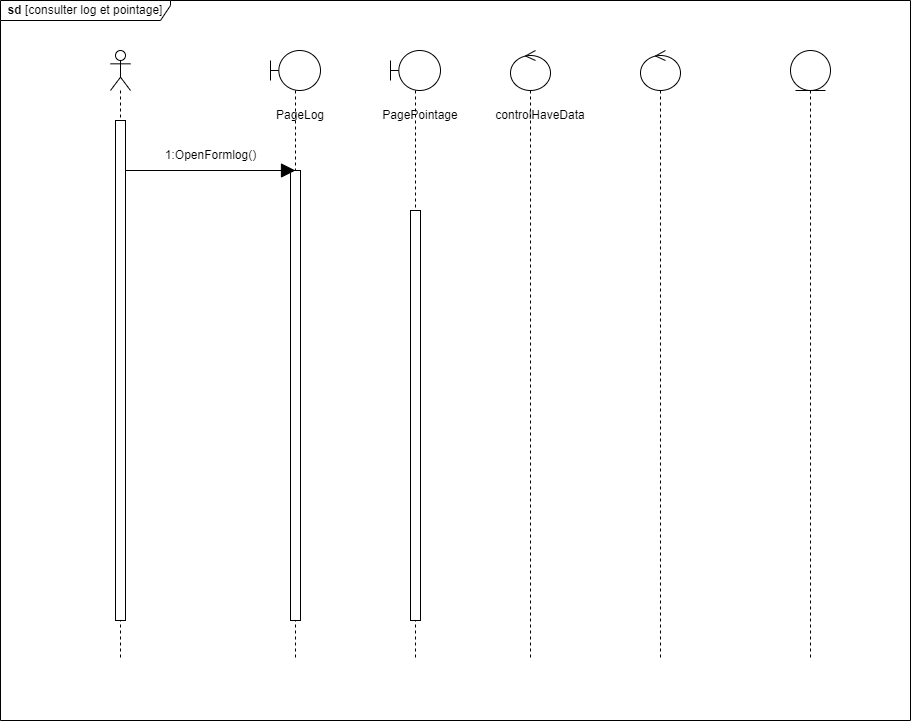
Before: static/Diagramme des séquences conceptuel  log et pointage .drawio.png, a diagram exported from draw.io (Siluearsene/borne_biometrique). Source tidied: cells renumbered, new cells last; positions are measured from the earlier drawing's top-left corner, leaving out a move shared by most shapes.
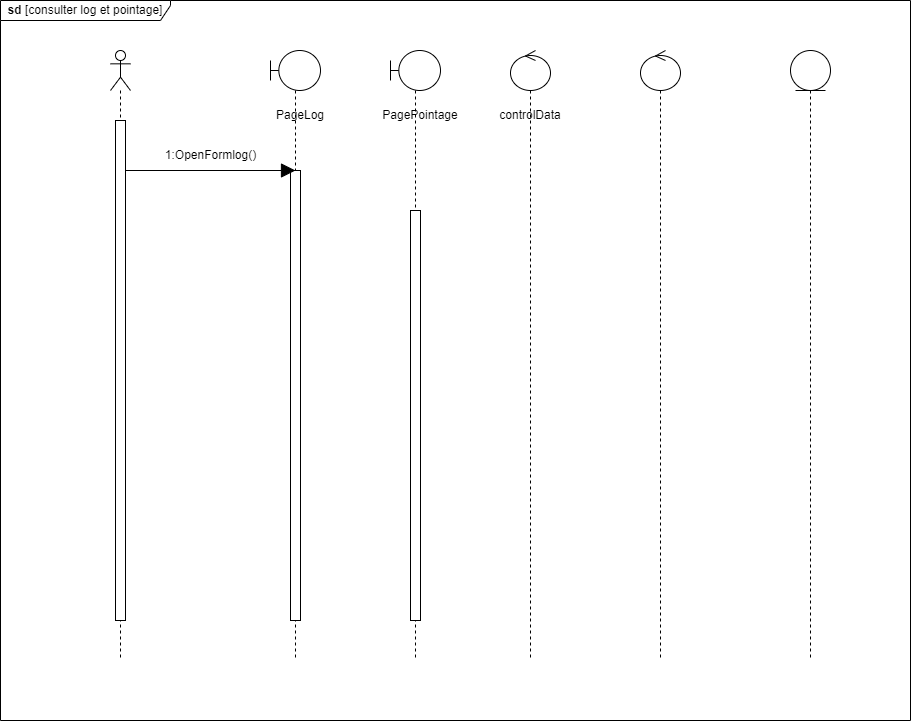
Above is the later version.

Commit message:
Mettre à jour Diagramme des séquences conceptuel  log et pointage .drawio.png

Change to the diagram source:
```diff
@@ -46,8 +46,8 @@
     <mxCell id="15" value="PagePointage" style="text;html=1;strokeColor=none;fillColor=none;align=center;verticalAlign=middle;whiteSpace=wrap;rounded=0;" parent="1" vertex="1">
       <mxGeometry x="390" y="100" width="60" height="30" as="geometry" />
     </mxCell>
-    <mxCell id="16" value="controlHaveData" style="text;html=1;strokeColor=none;fillColor=none;align=center;verticalAlign=middle;whiteSpace=wrap;rounded=0;" parent="1" vertex="1">
-      <mxGeometry x="510" y="100" width="60" height="30" as="geometry" />
+    <mxCell id="16" value="controlData" style="text;html=1;strokeColor=none;fillColor=none;align=center;verticalAlign=middle;whiteSpace=wrap;rounded=0;" parent="1" vertex="1">
+      <mxGeometry x="500" y="100" width="60" height="30" as="geometry" />
     </mxCell>
   </root>
 </mxGraphModel>
```
